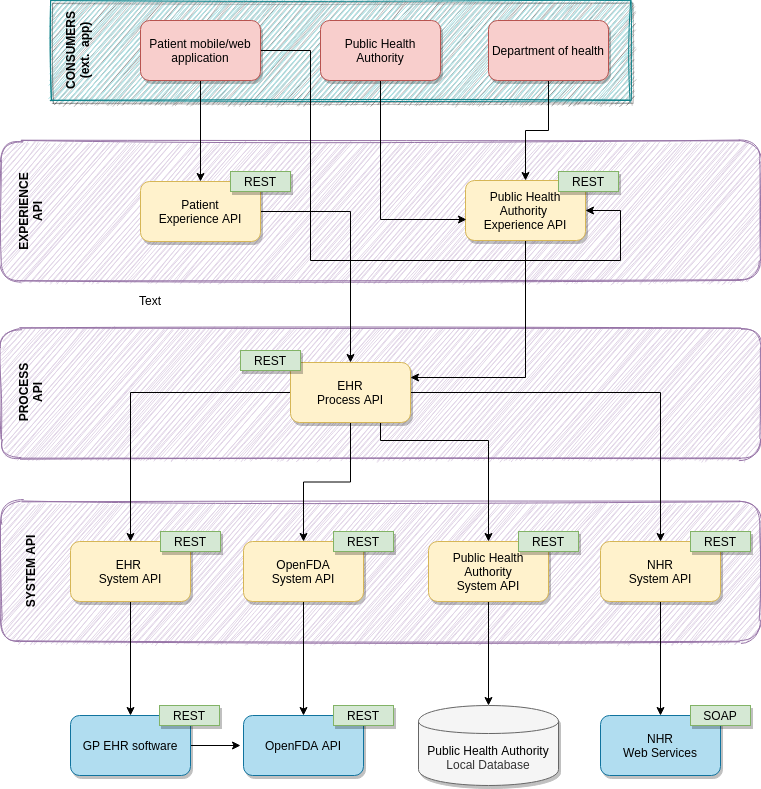
Before: img/IntroSDE_project.png, a diagram exported from draw.io (introsdeProject194513/Documentation). Source tidied: cells renumbered, new cells last; positions are measured from the earlier drawing's top-left corner, leaving out a move shared by most shapes.
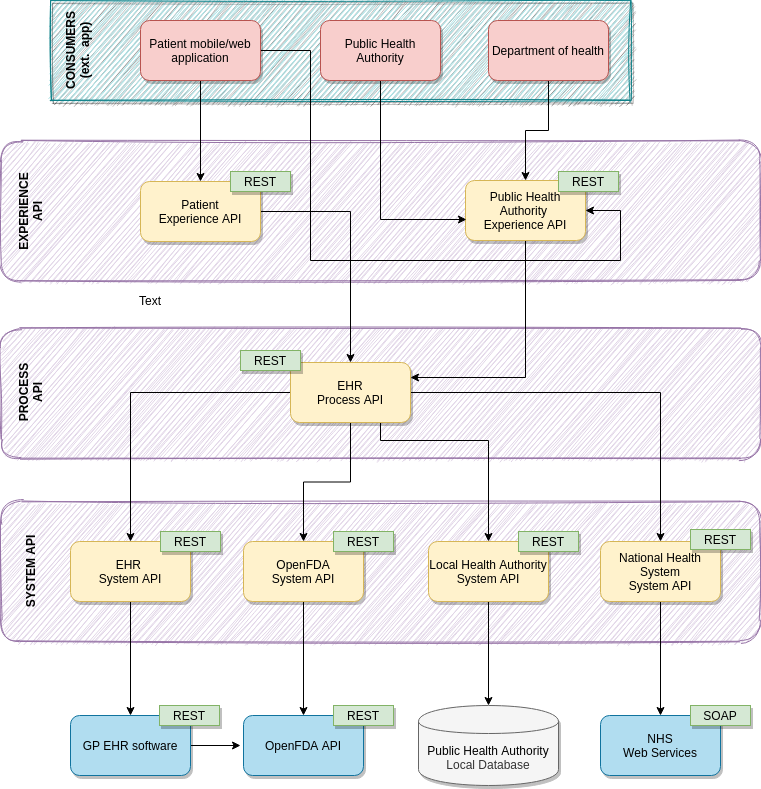
The same diagram one commit later.

Commit message:
Fixata img

Change to the diagram source:
```diff
@@ -64,7 +64,7 @@
     <mxCell id="21" style="edgeStyle=orthogonalEdgeStyle;rounded=0;jettySize=auto;html=1;fontFamily=Helvetica;" parent="1" edge="1" source="22" target="24">
       <mxGeometry relative="1" as="geometry" />
     </mxCell>
-    <mxCell id="22" value="Public Health Authority&lt;br&gt;System API" style="rounded=1;whiteSpace=wrap;html=1;fillColor=#fff2cc;strokeColor=#d6b656;shadow=1;" parent="1" vertex="1">
+    <mxCell id="22" value="Local Health Authority&lt;br&gt;System API" style="rounded=1;whiteSpace=wrap;html=1;fillColor=#fff2cc;strokeColor=#d6b656;shadow=1;" parent="1" vertex="1">
       <mxGeometry x="438" y="541" width="120" height="60" as="geometry" />
     </mxCell>
     <mxCell id="23" value="REST" style="rounded=0;whiteSpace=wrap;html=1;fillColor=#d5e8d4;strokeColor=#82b366;shadow=1;fontFamily=Helvetica;" parent="1" vertex="1">
@@ -76,10 +76,10 @@
     <mxCell id="25" style="edgeStyle=orthogonalEdgeStyle;rounded=0;jettySize=auto;html=1;fontFamily=Helvetica;" parent="1" edge="1" source="26" target="27">
       <mxGeometry relative="1" as="geometry" />
     </mxCell>
-    <mxCell id="26" value="NHR&lt;br&gt;System API" style="rounded=1;whiteSpace=wrap;html=1;fillColor=#fff2cc;strokeColor=#d6b656;shadow=1;" parent="1" vertex="1">
+    <mxCell id="26" value="National Health System&lt;br&gt;System API" style="rounded=1;whiteSpace=wrap;html=1;fillColor=#fff2cc;strokeColor=#d6b656;shadow=1;" parent="1" vertex="1">
       <mxGeometry x="610" y="541" width="120" height="60" as="geometry" />
     </mxCell>
-    <mxCell id="27" value="NHR&lt;br&gt;Web Services" style="rounded=1;whiteSpace=wrap;html=1;fillColor=#b1ddf0;strokeColor=#10739e;shadow=1;" parent="1" vertex="1">
+    <mxCell id="27" value="NHS&lt;br&gt;Web Services" style="rounded=1;whiteSpace=wrap;html=1;fillColor=#b1ddf0;strokeColor=#10739e;shadow=1;" parent="1" vertex="1">
       <mxGeometry x="610" y="715" width="120" height="60" as="geometry" />
     </mxCell>
     <mxCell id="28" style="edgeStyle=orthogonalEdgeStyle;rounded=0;jettySize=auto;html=1;fontFamily=Helvetica;" parent="1" edge="1" source="29" target="45">
@@ -161,7 +161,7 @@
       <mxGeometry x="700" y="705" width="60" height="20" as="geometry" />
     </mxCell>
     <mxCell id="50" value="REST" style="rounded=0;whiteSpace=wrap;html=1;fillColor=#d5e8d4;strokeColor=#82b366;shadow=1;fontFamily=Helvetica;" parent="1" vertex="1">
-      <mxGeometry x="700" y="531" width="60" height="20" as="geometry" />
+      <mxGeometry x="700" y="529" width="60" height="20" as="geometry" />
     </mxCell>
   </root>
 </mxGraphModel>
```
